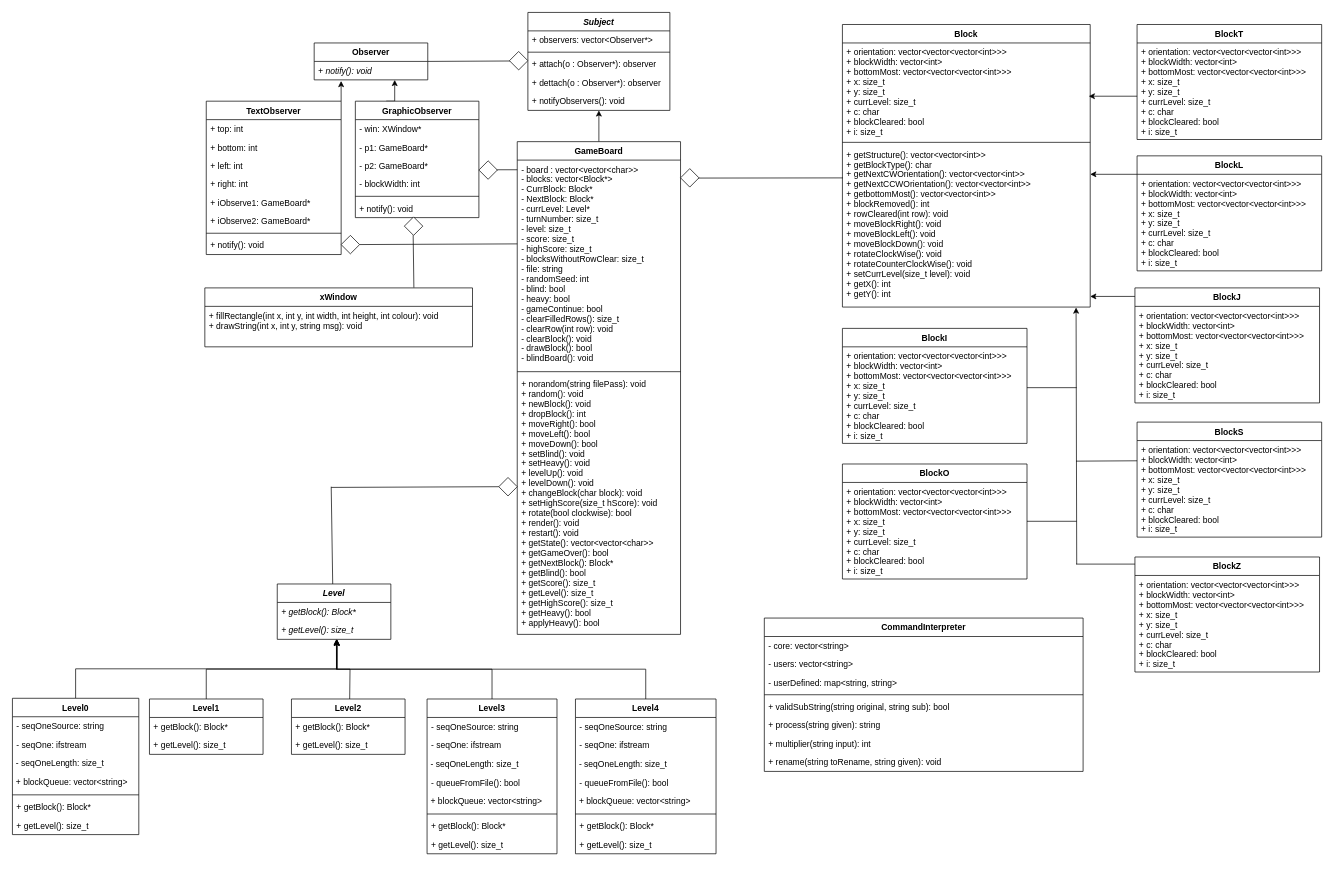
velomafinsights/biquadris keeps this draw.io diagram as UML.drawio. Above is the earlier version. Source tidied: cells renumbered, new cells numbered last; positions are measured from the earlier drawing's top-left corner, leaving out a move shared by most shapes. Both pictures are drawn from the tidied source at 71%, with x=0, y=0 at pixel (12, 12).
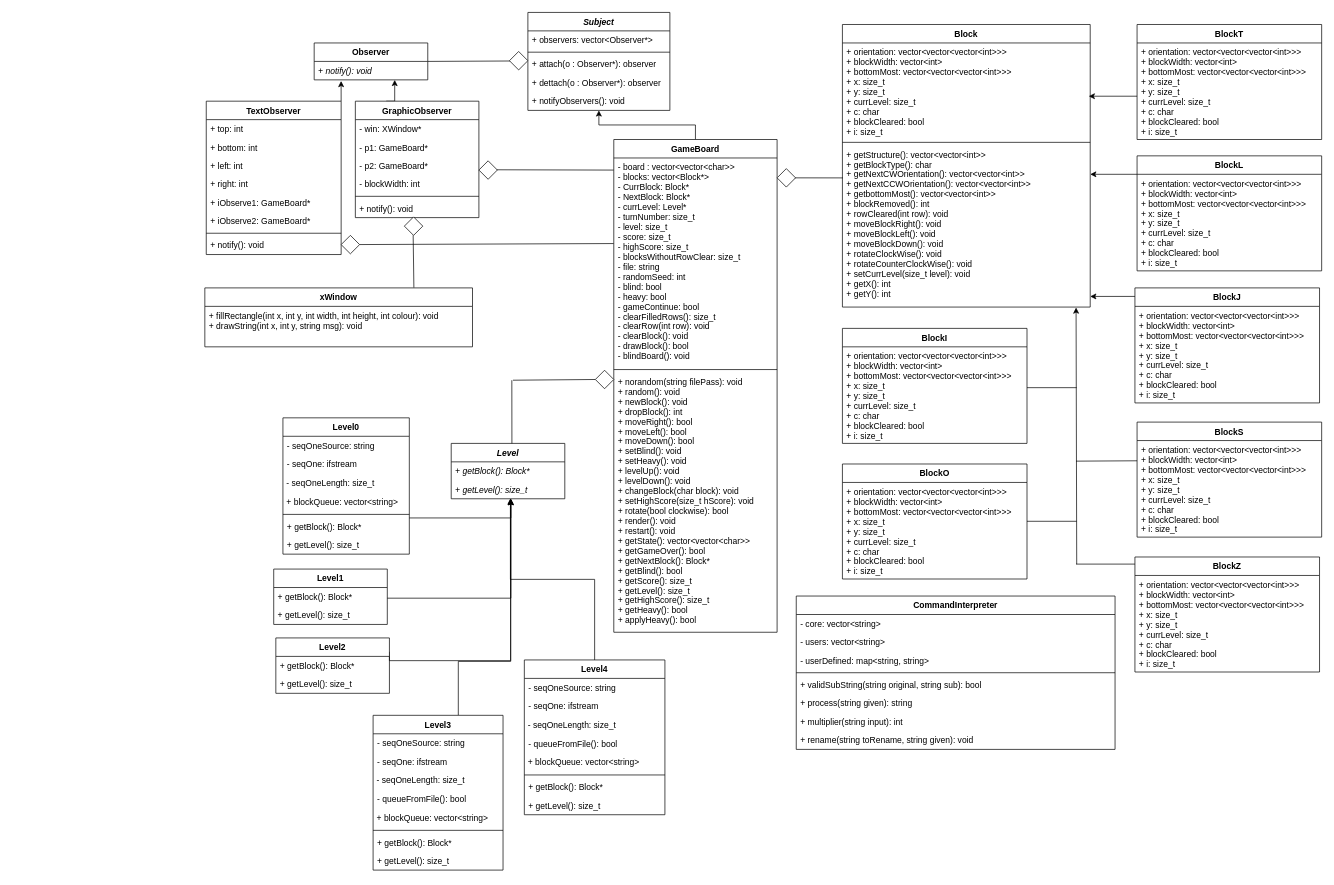
Above is the later version.

The change refers to these unchanged cells:
```xml
<mxCell id="28" value="- board : vector&lt;vector&lt;char&gt;&gt;&#10;- blocks: vector&lt;Block*&gt;&#10;- CurrBlock: Block*&#10;- NextBlock: Block*&#10;- currLevel: Level*&#10;- turnNumber: size_t &#10;- level: size_t&#10;- score: size_t &#10;- highScore: size_t &#10;- blocksWithoutRowClear: size_t &#10;- file: string&#10;- randomSeed: int&#10;- blind: bool&#10;- heavy: bool&#10;- gameContinue: bool&#10;- clearFilledRows(): size_t &#10;- clearRow(int row): void &#10;- clearBlock(): void &#10;- drawBlock(): bool &#10;- blindBoard(): void " style="text;strokeColor=none;fillColor=none;align=left;verticalAlign=top;spacingLeft=4;spacingRight=4;overflow=hidden;points=[[0,0.5],[1,0.5]];portConstraint=eastwest;" parent="27" vertex="1">
  <mxGeometry y="26" width="230" height="294" as="geometry" />
</mxCell>
<mxCell id="34" value="+ getStructure(): vector&lt;vector&lt;int&gt;&gt;&#10;+ getBlockType(): char&#10;+ getNextCWOrientation(): vector&lt;vector&lt;int&gt;&gt;&#10;+ getNextCCWOrientation(): vector&lt;vector&lt;int&gt;&gt;&#10;+ getbottomMost(): vector&lt;vector&lt;int&gt;&gt;&#10;+ blockRemoved(): int&#10;+ rowCleared(int row): void&#10;+ moveBlockRight(): void &#10;+ moveBlockLeft(): void &#10;+ moveBlockDown(): void &#10;+ rotateClockWise(): void&#10;+ rotateCounterClockWise(): void&#10;+ setCurrLevel(size_t level): void&#10;+ getX(): int&#10;+ getY(): int&#10;" style="text;strokeColor=none;fillColor=none;align=left;verticalAlign=top;spacingLeft=4;spacingRight=4;overflow=hidden;points=[[0,0.5],[1,0.5]];portConstraint=eastwest;fontStyle=0;" parent="31" vertex="1">
  <mxGeometry y="170" width="349" height="228" as="geometry" />
</mxCell>
<mxCell id="75" value="+ getLevel(): size_t" style="text;strokeColor=none;fillColor=none;align=left;verticalAlign=top;spacingLeft=4;spacingRight=4;overflow=hidden;points=[[0,0.5],[1,0.5]];portConstraint=eastwest;fontStyle=2;" parent="73" vertex="1">
  <mxGeometry y="52" width="160" height="26" as="geometry" />
</mxCell>
<mxCell id="89" style="rhombus;whiteSpace=wrap;html=1;" parent="1" vertex="1">
  <mxGeometry x="463" y="314" width="26" height="26" as="geometry" />
</mxCell>
```

Change to the diagram source:
```diff
@@
     <mxCell id="27" value="GameBoard" style="swimlane;fontStyle=1;align=center;verticalAlign=top;horizontal=1;startSize=26;" parent="1" vertex="1">
-      <mxGeometry x="711" y="182" width="230" height="694" as="geometry" />
+      <mxGeometry x="847" y="179" width="230" height="694" as="geometry" />
     </mxCell>
@@
     <mxCell id="36" style="edgeStyle=orthogonalEdgeStyle;rounded=0;jettySize=auto;html=1;entryX=0.525;entryY=1.024;entryDx=0;entryDy=0;entryPerimeter=0;" parent="1" edge="1" source="37" target="75">
-      <mxGeometry relative="1" as="geometry" />
+      <mxGeometry relative="1" as="geometry">
+        <Array as="points">
+          <mxPoint x="702" y="712" />
+        </Array>
+      </mxGeometry>
     </mxCell>
     <mxCell id="37" value="Level0" style="swimlane;fontStyle=1;align=center;verticalAlign=top;horizontal=1;startSize=26;" parent="1" vertex="1">
-      <mxGeometry y="966" width="178" height="192" as="geometry" />
+      <mxGeometry x="381" y="571" width="178" height="192" as="geometry" />
     </mxCell>
@@
     <mxCell id="45" style="edgeStyle=orthogonalEdgeStyle;rounded=0;jettySize=auto;html=1;entryX=0.525;entryY=0.99;entryDx=0;entryDy=0;entryPerimeter=0;" parent="1" edge="1" source="46" target="75">
-      <mxGeometry relative="1" as="geometry" />
+      <mxGeometry relative="1" as="geometry">
+        <Array as="points">
+          <mxPoint x="702" y="825" />
+        </Array>
+      </mxGeometry>
     </mxCell>
     <mxCell id="46" value="Level1" style="swimlane;fontStyle=1;align=center;verticalAlign=top;horizontal=1;startSize=26;" parent="1" vertex="1">
-      <mxGeometry x="193" y="967" width="160" height="78" as="geometry" />
+      <mxGeometry x="368" y="784" width="160" height="78" as="geometry" />
     </mxCell>
@@
-    <mxCell id="49" style="edgeStyle=orthogonalEdgeStyle;rounded=0;jettySize=auto;html=1;entryX=0.524;entryY=1.02;entryDx=0;entryDy=0;entryPerimeter=0;" parent="1" edge="1" target="75">
-      <mxGeometry relative="1" as="geometry">
-        <mxPoint x="475" y="967" as="sourcePoint" />
-      </mxGeometry>
-    </mxCell>
+    <mxCell id="124" style="edgeStyle=orthogonalEdgeStyle;rounded=0;jettySize=auto;html=1;exitX=1;exitY=0.25;exitDx=0;exitDy=0;entryX=0.523;entryY=1.017;entryDx=0;entryDy=0;entryPerimeter=0;" parent="1" edge="1" source="50" target="75">
+      <mxGeometry relative="1" as="geometry">
+        <Array as="points">
+          <mxPoint x="702" y="913" />
+        </Array>
+      </mxGeometry>
+    </mxCell>
     <mxCell id="50" value="Level2" style="swimlane;fontStyle=1;align=center;verticalAlign=top;horizontal=1;startSize=26;" parent="1" vertex="1">
-      <mxGeometry x="393" y="967" width="160" height="78" as="geometry" />
+      <mxGeometry x="371" y="881" width="160" height="78" as="geometry" />
     </mxCell>
@@
     <mxCell id="53" style="edgeStyle=orthogonalEdgeStyle;rounded=0;jettySize=auto;html=1;entryX=0.524;entryY=1.01;entryDx=0;entryDy=0;entryPerimeter=0;" parent="1" edge="1" source="54" target="75">
-      <mxGeometry relative="1" as="geometry" />
+      <mxGeometry relative="1" as="geometry">
+        <Array as="points">
+          <mxPoint x="628" y="914" />
+          <mxPoint x="702" y="914" />
+        </Array>
+      </mxGeometry>
     </mxCell>
     <mxCell id="54" value="Level3" style="swimlane;fontStyle=1;align=center;verticalAlign=top;horizontal=1;startSize=26;" parent="1" vertex="1">
-      <mxGeometry x="584" y="967" width="183" height="218" as="geometry" />
+      <mxGeometry x="508" y="990" width="183" height="218" as="geometry" />
     </mxCell>
@@
     <mxCell id="64" value="Level4" style="swimlane;fontStyle=1;align=center;verticalAlign=top;horizontal=1;startSize=26;" parent="1" vertex="1">
-      <mxGeometry x="793" y="967" width="198" height="218" as="geometry" />
+      <mxGeometry x="721" y="912" width="198" height="218" as="geometry" />
     </mxCell>
@@
     <mxCell id="73" value="Level" style="swimlane;fontStyle=3;align=center;verticalAlign=top;horizontal=1;startSize=26;" parent="1" vertex="1">
-      <mxGeometry x="373" y="805" width="160" height="78" as="geometry" />
+      <mxGeometry x="618" y="607" width="160" height="78" as="geometry" />
     </mxCell>
@@
-    <mxCell id="86" style="endArrow=none;html=1;rounded=0;" parent="1" edge="1">
+    <mxCell id="86" style="endArrow=none;html=1;rounded=0;entryX=-0.001;entryY=0.058;entryDx=0;entryDy=0;entryPerimeter=0;" parent="1" edge="1" target="28">
       <mxGeometry relative="1" as="geometry">
         <mxPoint x="674" y="221.6" as="sourcePoint" />
-        <mxPoint x="711" y="221.6" as="targetPoint" />
       </mxGeometry>
     </mxCell>
@@
-    <mxCell id="88" style="endArrow=none;html=1;rounded=0;startArrow=none;" parent="1" edge="1" source="89">
-      <mxGeometry relative="1" as="geometry">
-        <mxPoint x="711" y="326" as="targetPoint" />
-      </mxGeometry>
+    <mxCell id="88" style="endArrow=none;html=1;rounded=0;startArrow=none;entryX=-0.001;entryY=0.41;entryDx=0;entryDy=0;entryPerimeter=0;" parent="1" edge="1" source="89" target="28">
+      <mxGeometry relative="1" as="geometry" />
     </mxCell>
@@
     <mxCell id="90" style="rhombus;whiteSpace=wrap;html=1;" parent="1" vertex="1">
-      <mxGeometry x="685" y="655" width="26" height="26" as="geometry" />
+      <mxGeometry x="821" y="504" width="26" height="26" as="geometry" />
     </mxCell>
     <mxCell id="91" style="endArrow=none;html=1;rounded=0;startArrow=none;" parent="1" edge="1">
       <mxGeometry relative="1" as="geometry">
-        <mxPoint x="449" y="668" as="sourcePoint" />
-        <mxPoint x="451.1" y="805" as="targetPoint" />
+        <mxPoint x="703.4" y="518" as="sourcePoint" />
+        <mxPoint x="703.5" y="607" as="targetPoint" />
       </mxGeometry>
     </mxCell>
     <mxCell id="92" style="endArrow=none;html=1;rounded=0;startArrow=none;exitX=0;exitY=0.5;exitDx=0;exitDy=0;" parent="1" edge="1" source="90">
       <mxGeometry relative="1" as="geometry">
-        <mxPoint x="449" y="669" as="targetPoint" />
+        <mxPoint x="705" y="518" as="targetPoint" />
       </mxGeometry>
     </mxCell>
-    <mxCell id="93" style="endArrow=none;html=1;rounded=0;entryX=0.002;entryY=0.202;entryDx=0;entryDy=0;entryPerimeter=0;exitX=1;exitY=0.5;exitDx=0;exitDy=0;" parent="1" edge="1" target="34">
+    <mxCell id="93" style="endArrow=none;html=1;rounded=0;entryX=0.002;entryY=0.202;entryDx=0;entryDy=0;entryPerimeter=0;" parent="1" edge="1" target="34">
       <mxGeometry relative="1" as="geometry">
-        <mxPoint x="955" y="233.3" as="sourcePoint" />
+        <mxPoint x="1098" y="233" as="sourcePoint" />
       </mxGeometry>
     </mxCell>
     <mxCell id="94" style="rhombus;whiteSpace=wrap;html=1;" parent="1" vertex="1">
-      <mxGeometry x="941" y="220" width="26" height="26" as="geometry" />
+      <mxGeometry x="1077" y="220" width="26" height="26" as="geometry" />
     </mxCell>
@@
     <mxCell id="115" value="CommandInterpreter" style="swimlane;fontStyle=1;align=center;verticalAlign=top;horizontal=1;startSize=26;" parent="1" vertex="1">
-      <mxGeometry x="1059" y="853" width="449" height="216" as="geometry" />
+      <mxGeometry x="1104" y="822" width="449" height="216" as="geometry" />
     </mxCell>
```
